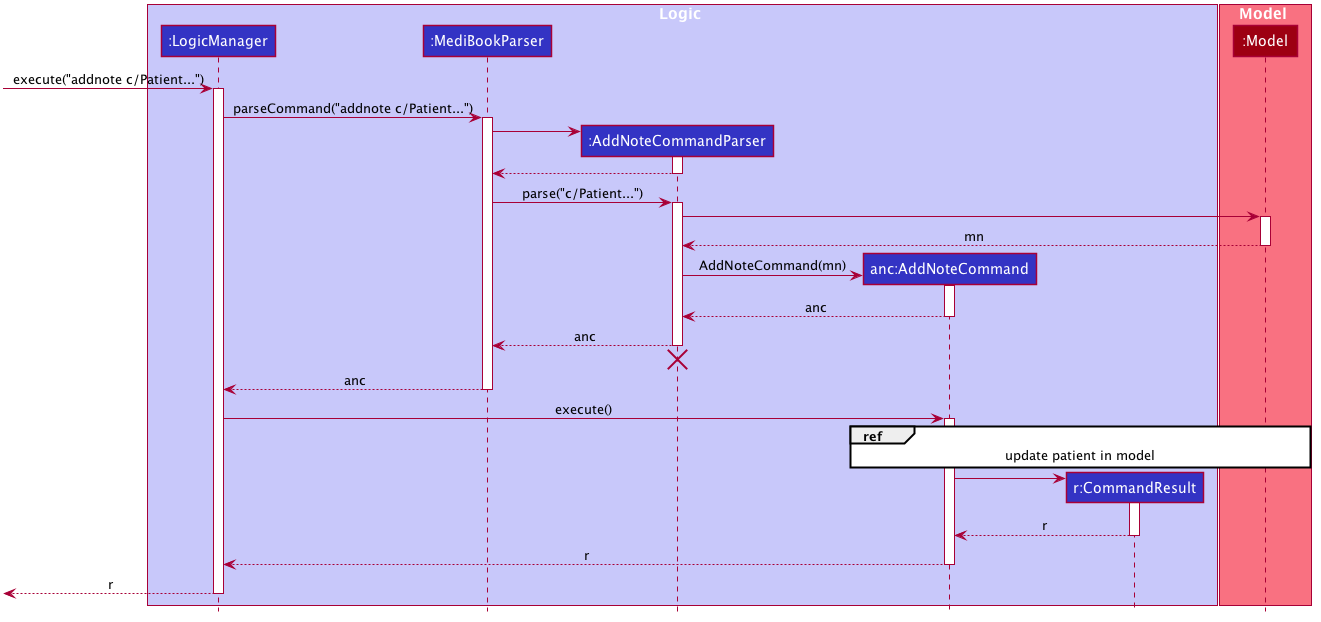
Before: docs/images/AddNoteSequenceDiagramFocusLogic.png, a diagram exported from PlantUML (wang-jun-hao/tp).
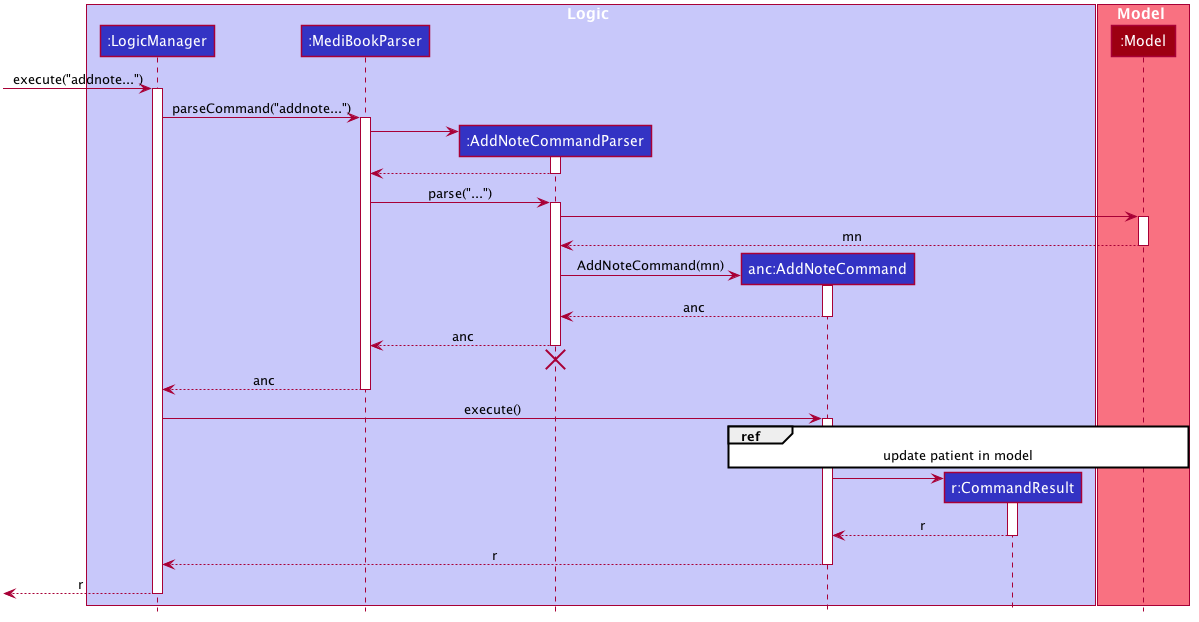
Above is the later version.

Change to the diagram source:
```diff
@@ -60,10 +60,10 @@
 participant ":Model" as Model #9D0012
 end box
 
-[-> LogicManager : execute("addnote c/Patient...")
+[-> LogicManager : execute("addnote...")
 activate LogicManager
 
-LogicManager -> MediBookParser : parseCommand("addnote c/Patient...")
+LogicManager -> MediBookParser : parseCommand("addnote...")
 activate MediBookParser
 
 create AddNoteCommandParser
@@ -73,7 +73,7 @@
 AddNoteCommandParser --> MediBookParser
 deactivate AddNoteCommandParser
 
-MediBookParser -> AddNoteCommandParser : parse("c/Patient...")
+MediBookParser -> AddNoteCommandParser : parse("...")
 activate AddNoteCommandParser
 
 AddNoteCommandParser -> Model
```
